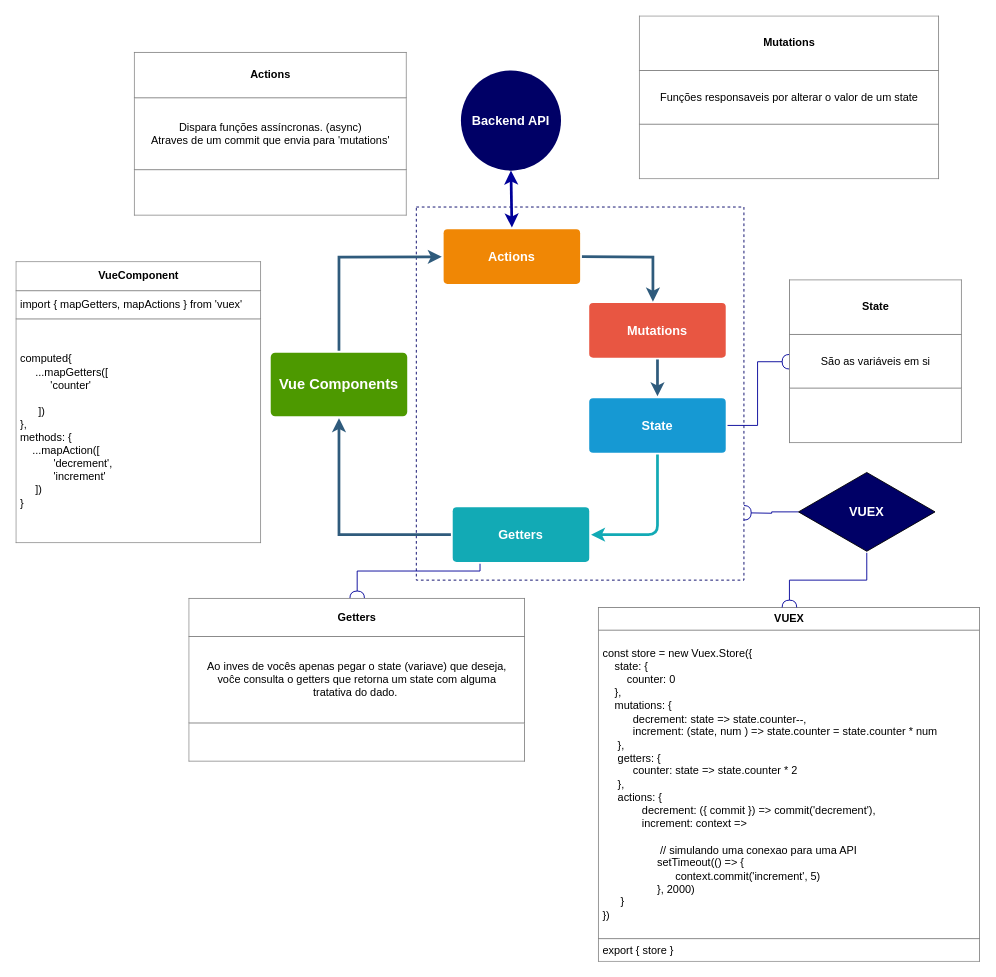
The draw.io diagram Untitled Diagram.drawio in danieltugok/app.diagrams, before the edit. Source tidied: cells renumbered, new cells numbered last; positions are measured from the earlier drawing's top-left corner, leaving out a move shared by most shapes. Both pictures are drawn from the tidied source at 91%, with x=0, y=0 at pixel (15, 15).
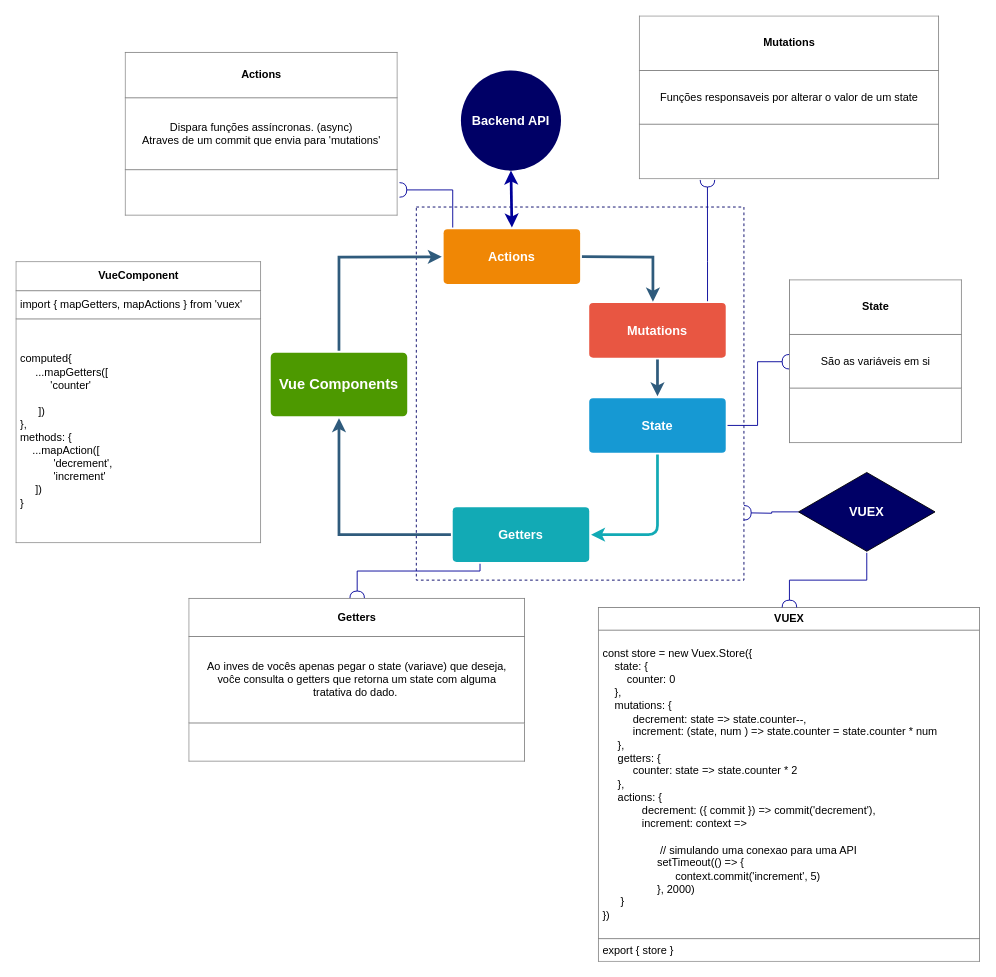
Above is the later version.

Commit message:
finalizado diagrama VUEX

Unchanged cells that the change refers to:
```xml
<mxCell id="8" value="Mutations" style="rounded=1;whiteSpace=wrap;html=1;shadow=0;labelBackgroundColor=none;strokeColor=none;strokeWidth=3;fillColor=#e85642;fontFamily=Helvetica;fontSize=14;fontColor=#FFFFFF;align=center;spacing=5;fontStyle=1;arcSize=7;perimeterSpacing=2;" parent="1" vertex="1">
  <mxGeometry x="630" y="315.5" width="150" height="60" as="geometry" />
</mxCell>
<mxCell id="9" value="Actions" style="rounded=1;whiteSpace=wrap;html=1;shadow=0;labelBackgroundColor=none;strokeColor=none;strokeWidth=3;fillColor=#F08705;fontFamily=Helvetica;fontSize=14;fontColor=#FFFFFF;align=center;spacing=5;fontStyle=1;arcSize=7;perimeterSpacing=2;" parent="1" vertex="1">
  <mxGeometry x="470" y="234.5" width="150" height="60" as="geometry" />
</mxCell>
<mxCell id="23" value="&lt;table border=&quot;1&quot; width=&quot;100%&quot; cellpadding=&quot;4&quot; style=&quot;width: 100% ; height: 100% ; border-collapse: collapse&quot;&gt;&lt;tbody&gt;&lt;tr&gt;&lt;th align=&quot;center&quot;&gt;Mutations&lt;/th&gt;&lt;/tr&gt;&lt;tr&gt;&lt;td align=&quot;center&quot;&gt;Funções responsaveis por alterar o valor de um state&lt;/td&gt;&lt;/tr&gt;&lt;tr&gt;&lt;td align=&quot;center&quot;&gt;&lt;br&gt;&lt;/td&gt;&lt;/tr&gt;&lt;/tbody&gt;&lt;/table&gt;" style="text;html=1;strokeColor=none;overflow=fill;fillColor=#ffffff;" parent="1" vertex="1">
  <mxGeometry x="685" width="330" height="180" as="geometry" />
</mxCell>
```

Diff of the diagram source:
```diff
@@
+    <mxCell id="26" style="edgeStyle=orthogonalEdgeStyle;rounded=0;jettySize=auto;html=1;entryX=0.227;entryY=1;entryDx=0;entryDy=0;entryPerimeter=0;endArrow=halfCircle;endFill=0;strokeColor=#000099;strokeWidth=1;" parent="1" edge="1" source="8" target="23">
+      <mxGeometry relative="1" as="geometry">
+        <Array as="points">
+          <mxPoint x="760" y="270" />
+          <mxPoint x="760" y="270" />
+        </Array>
+      </mxGeometry>
+    </mxCell>
@@
+    <mxCell id="27" style="edgeStyle=orthogonalEdgeStyle;rounded=0;jettySize=auto;html=1;entryX=1.005;entryY=0.84;entryDx=0;entryDy=0;endArrow=halfCircle;endFill=0;strokeColor=#000099;strokeWidth=1;entryPerimeter=0;" parent="1" edge="1" source="9" target="17">
+      <mxGeometry relative="1" as="geometry">
+        <Array as="points">
+          <mxPoint x="480" y="191" />
+        </Array>
+      </mxGeometry>
+    </mxCell>
@@
     <mxCell id="17" value="&lt;table border=&quot;1&quot; width=&quot;100%&quot; cellpadding=&quot;4&quot; style=&quot;width: 100% ; height: 100% ; border-collapse: collapse&quot;&gt;&lt;tbody&gt;&lt;tr&gt;&lt;th align=&quot;center&quot;&gt;Actions&lt;/th&gt;&lt;/tr&gt;&lt;tr&gt;&lt;td align=&quot;center&quot;&gt;Dispara funções assíncronas. (async)&lt;br&gt;Atraves de um commit que envia para 'mutations'&lt;/td&gt;&lt;/tr&gt;&lt;tr&gt;&lt;td align=&quot;center&quot;&gt;&lt;br&gt;&lt;/td&gt;&lt;/tr&gt;&lt;/tbody&gt;&lt;/table&gt;" style="text;html=1;strokeColor=none;overflow=fill;fillColor=#ffffff;imageAspect=1;" parent="1" vertex="1">
-      <mxGeometry x="130" y="40" width="300" height="180" as="geometry" />
+      <mxGeometry x="120" y="40" width="300" height="180" as="geometry" />
     </mxCell>
```
